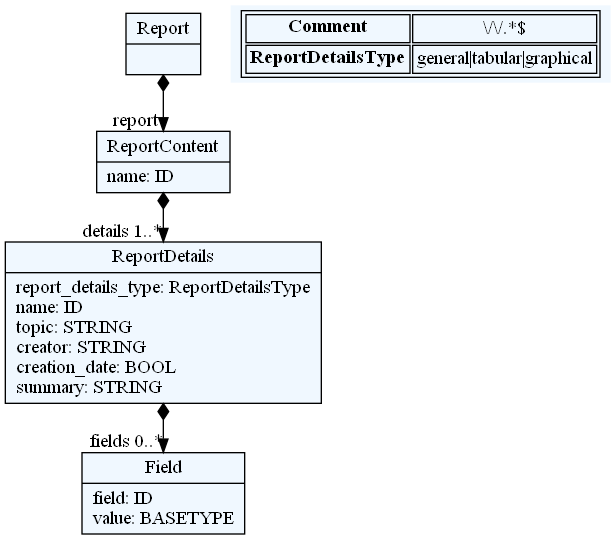
Earlier version of the Graphviz export report/dotexport/report_metamodel.png (DusanStevic/textx-lang-quant). Its source is kept beside it as report/dotexport/report_metamodel.dot.
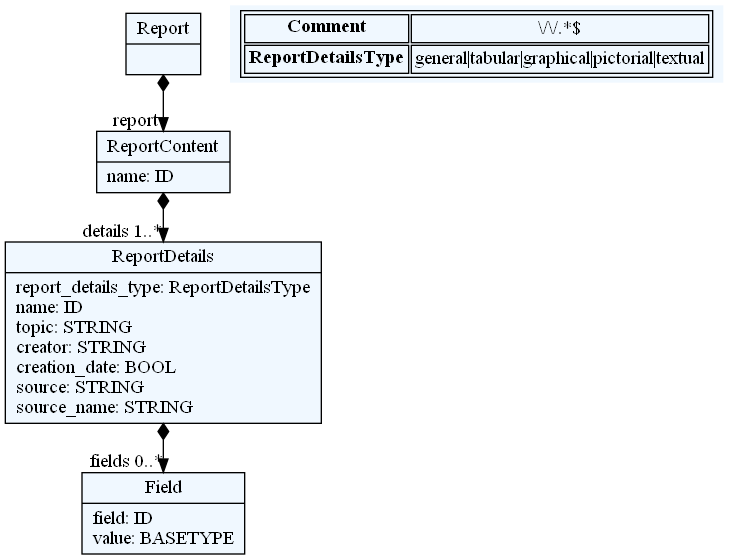
Above is the later version.

Commit message:
trading report

Diff of the diagram source:
```diff
@@ -10,25 +10,25 @@
     edge[dir=black,arrowtail=empty]
 
 
-52188504[ label="{Report|}"]
+52206520[ label="{Report|}"]
 
-52180008[ label="{ReportContent|name: ID\l}"]
+52198024[ label="{ReportContent|name: ID\l}"]
 
-52171512[ label="{ReportDetails|report_details_type: ReportDetailsType\lname: ID\ltopic: STRING\lcreator: STRING\lcreation_date: BOOL\lsummary: STRING\l}"]
+52189528[ label="{ReportDetails|report_details_type: ReportDetailsType\lname: ID\ltopic: STRING\lcreator: STRING\lcreation_date: BOOL\lsource: STRING\lsource_name: STRING\l}"]
 
-52197944[ label="{Field|field: ID\lvalue: BASETYPE\l}"]
+52218792[ label="{Field|field: ID\lvalue: BASETYPE\l}"]
 
 
 
-52188504 -> 52180008[arrowtail=diamond, dir=both, headlabel="report "]
-52180008 -> 52171512[arrowtail=diamond, dir=both, headlabel="details 1..*"]
-52171512 -> 52197944[arrowtail=diamond, dir=both, headlabel="fields 0..*"]
+52206520 -> 52198024[arrowtail=diamond, dir=both, headlabel="report "]
+52198024 -> 52189528[arrowtail=diamond, dir=both, headlabel="details 1..*"]
+52189528 -> 52218792[arrowtail=diamond, dir=both, headlabel="fields 0..*"]
 match_rules [ shape=plaintext, label=< <table>
 	<tr>
 		<td><b>Comment</b></td><td>\/\/.*$</td>
 	</tr>
 	<tr>
-		<td><b>ReportDetailsType</b></td><td>general|tabular|graphical</td>
+		<td><b>ReportDetailsType</b></td><td>general|tabular|graphical|pictorial|textual</td>
 	</tr>
 </table> >]
 
```
